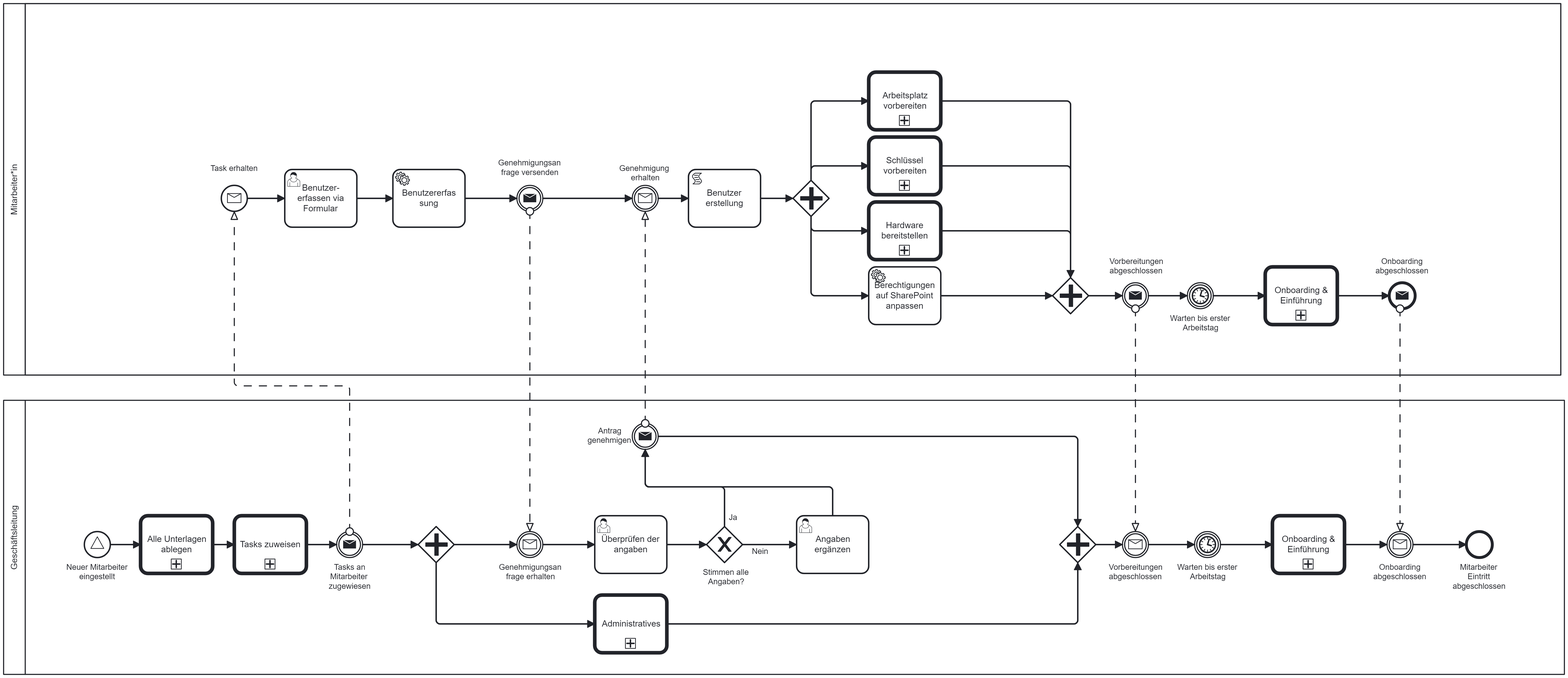
The BPMN diagram ressources/images/Personaleintrittsprozess_total.png in Radball-Migi/HF-ITCNE24-SemArbeit2-BPMN-Personalprozess, before a commit. Its source is kept beside it as ressources/bpmn/Personaleintrittsprozess_total.bpmn. Ids are renumbered.
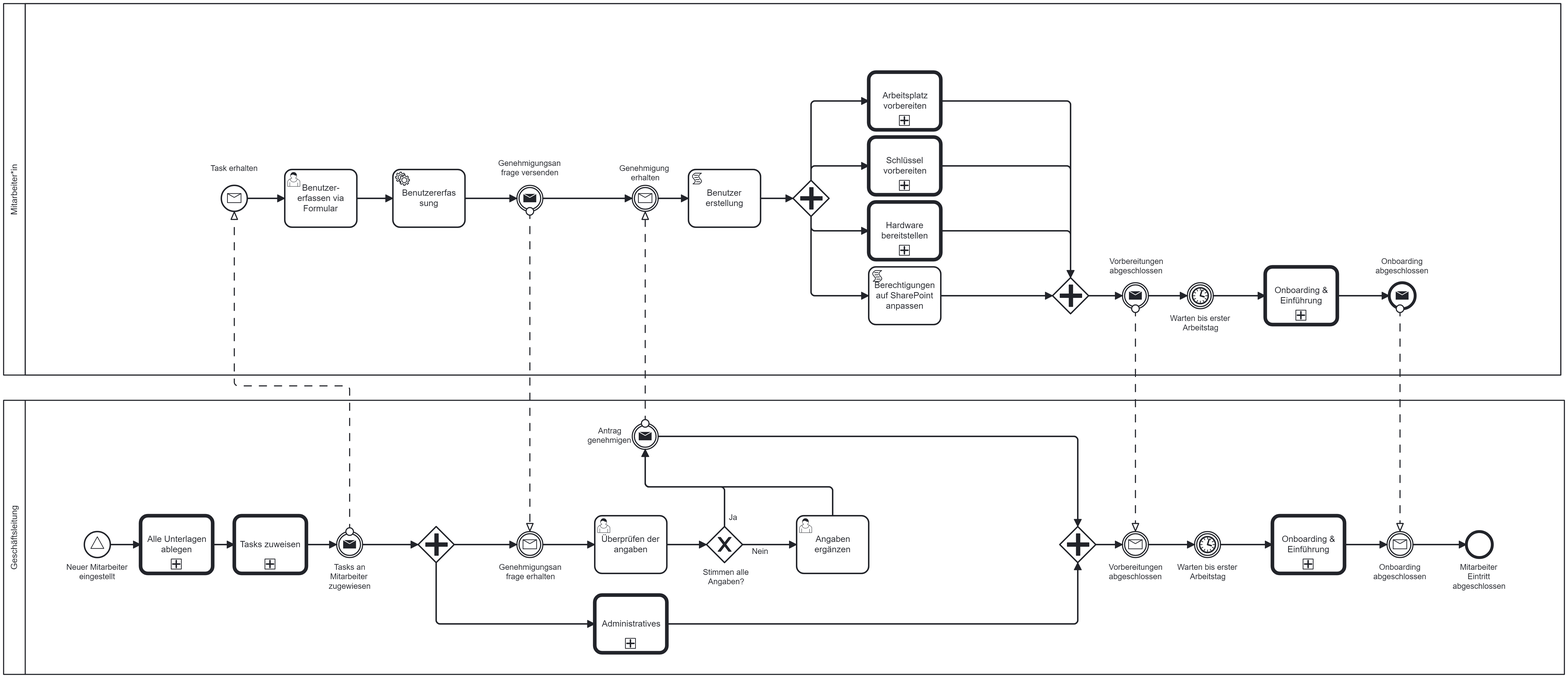
After the change.

The edit, as a diff of the source:
```diff
@@ -13,7 +13,6 @@
       <bpmn:lane id="employee">
         <bpmn:flowNodeRef>Gateway_n16</bpmn:flowNodeRef>
         <bpmn:flowNodeRef>employee_whait_firstday</bpmn:flowNodeRef>
-        <bpmn:flowNodeRef>set_sp-access</bpmn:flowNodeRef>
         <bpmn:flowNodeRef>Gateway_n17</bpmn:flowNodeRef>
         <bpmn:flowNodeRef>employee_info_end_prep</bpmn:flowNodeRef>
         <bpmn:flowNodeRef>employee_onboarding_done</bpmn:flowNodeRef>
@@ -27,6 +26,7 @@
         <bpmn:flowNodeRef>new_key</bpmn:flowNodeRef>
         <bpmn:flowNodeRef>new_worklocation</bpmn:flowNodeRef>
         <bpmn:flowNodeRef>Activity_n20</bpmn:flowNodeRef>
+        <bpmn:flowNodeRef>set_sp-access</bpmn:flowNodeRef>
         <bpmn:childLaneSet id="LaneSet_n21" />
       </bpmn:lane>
     </bpmn:laneSet>
@@ -44,10 +44,6 @@
         <bpmn:timeDate xsi:type="bpmn:tFormalExpression">${entrydate}</bpmn:timeDate>
       </bpmn:timerEventDefinition>
     </bpmn:intermediateCatchEvent>
-    <bpmn:serviceTask id="set_sp-access" name="Berechtigungen auf SharePoint anpassen" camunda:type="external" camunda:topic="SetSPRights">
-      <bpmn:incoming>Flow_n30</bpmn:incoming>
-      <bpmn:outgoing>Flow_n24</bpmn:outgoing>
-    </bpmn:serviceTask>
     <bpmn:parallelGateway id="Gateway_n17">
       <bpmn:incoming>Flow_n31</bpmn:incoming>
       <bpmn:outgoing>Flow_n30</bpmn:outgoing>
@@ -124,6 +120,10 @@
       <bpmn:incoming>Flow_n28</bpmn:incoming>
       <bpmn:outgoing>Flow_n36</bpmn:outgoing>
     </bpmn:callActivity>
+    <bpmn:scriptTask id="set_sp-access" name="Berechtigungen auf SharePoint anpassen">
+      <bpmn:incoming>Flow_n30</bpmn:incoming>
+      <bpmn:outgoing>Flow_n24</bpmn:outgoing>
+    </bpmn:scriptTask>
   </bpmn:process>
   <bpmn:process id="Process_n4" isExecutable="true" camunda:historyTimeToLive="180" camunda:isStartableInTasklist="false">
     <bpmn:endEvent id="Event_n46" name="Mitarbeiter Eintritt abgeschlossen">
@@ -257,9 +257,6 @@
           <dc:Bounds x="1778" y="500" width="84" height="27" />
         </bpmndi:BPMNLabel>
       </bpmndi:BPMNShape>
-      <bpmndi:BPMNShape id="Activity_12w0owx_di" bpmnElement="set_sp-access">
-        <dc:Bounds x="1360" y="435" width="100" height="80" />
-      </bpmndi:BPMNShape>
       <bpmndi:BPMNShape id="Gateway_1wwh3vx_di" bpmnElement="Gateway_n17">
         <dc:Bounds x="1255" y="315" width="50" height="50" />
       </bpmndi:BPMNShape>
@@ -314,6 +311,9 @@
       </bpmndi:BPMNShape>
       <bpmndi:BPMNShape id="Activity_01gu398_di" bpmnElement="Activity_n20">
         <dc:Bounds x="1910" y="435" width="100" height="80" />
+      </bpmndi:BPMNShape>
+      <bpmndi:BPMNShape id="Activity_1m3ywi4_di" bpmnElement="set_sp-access">
+        <dc:Bounds x="1360" y="435" width="100" height="80" />
       </bpmndi:BPMNShape>
       <bpmndi:BPMNEdge id="Flow_n32_di" bpmnElement="Flow_n32">
         <di:waypoint x="1280" y="365" />
@@ -561,6 +561,20 @@
         <di:waypoint x="2020" y="820" />
         <di:waypoint x="2079" y="820" />
       </bpmndi:BPMNEdge>
+      <bpmndi:BPMNEdge id="Flow_n5_di" bpmnElement="Flow_n5">
+        <di:waypoint x="640" y="802" />
+        <di:waypoint x="640" y="600" />
+        <di:waypoint x="480" y="600" />
+        <di:waypoint x="480" y="358" />
+      </bpmndi:BPMNEdge>
+      <bpmndi:BPMNEdge id="Flow_n7_di" bpmnElement="Flow_n7">
+        <di:waypoint x="890" y="358" />
+        <di:waypoint x="890" y="802" />
+      </bpmndi:BPMNEdge>
+      <bpmndi:BPMNEdge id="Flow_n10_di" bpmnElement="Flow_n10">
+        <di:waypoint x="1050" y="652" />
+        <di:waypoint x="1050" y="358" />
+      </bpmndi:BPMNEdge>
       <bpmndi:BPMNEdge id="Flow_n13_di" bpmnElement="Flow_n13">
         <di:waypoint x="1730" y="493" />
         <di:waypoint x="1730" y="802" />
@@ -569,20 +583,6 @@
         <di:waypoint x="2097" y="493" />
         <di:waypoint x="2097" y="802" />
       </bpmndi:BPMNEdge>
-      <bpmndi:BPMNEdge id="Flow_n10_di" bpmnElement="Flow_n10">
-        <di:waypoint x="1050" y="652" />
-        <di:waypoint x="1050" y="358" />
-      </bpmndi:BPMNEdge>
-      <bpmndi:BPMNEdge id="Flow_n7_di" bpmnElement="Flow_n7">
-        <di:waypoint x="890" y="358" />
-        <di:waypoint x="890" y="802" />
-      </bpmndi:BPMNEdge>
-      <bpmndi:BPMNEdge id="Flow_n5_di" bpmnElement="Flow_n5">
-        <di:waypoint x="640" y="802" />
-        <di:waypoint x="640" y="600" />
-        <di:waypoint x="480" y="600" />
-        <di:waypoint x="480" y="358" />
-      </bpmndi:BPMNEdge>
     </bpmndi:BPMNPlane>
   </bpmndi:BPMNDiagram>
 </bpmn:definitions>
```
